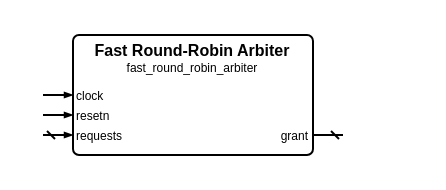
This is sources/arbiter/fast_round_robin_arbiter/fast_round_robin_arbiter.symbol.drawio from Louis-DR/OmniCores-BuildingBlocks, a draw.io file, before an edit. Source tidied: cells renumbered, new cells numbered last; positions are measured from the earlier drawing's top-left corner, leaving out a move shared by most shapes. Both pictures are drawn from the tidied source at 200%, with x=0, y=0 at pixel (42, 34).
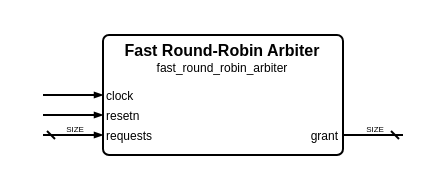
The same page after the edit.

Diff of the diagram source:
```diff
@@
 <mxGraphModel>
   <root>
     <mxCell id="0" />
     <mxCell id="1" parent="0" />
     <mxCell id="2" style="group;" parent="1" vertex="1">
-      <mxGeometry width="150" height="60" as="geometry" />
+      <mxGeometry width="180" height="60" as="geometry" />
     </mxCell>
     <mxCell id="3" style="rounded=1;arcSize=5;fillColor=none;strokeWidth=1;strokeColor=black;whiteSpace=wrap;html=1;" parent="2" vertex="1">
-      <mxGeometry x="15" width="120" height="60" as="geometry" />
+      <mxGeometry x="30" width="120" height="60" as="geometry" />
     </mxCell>
     <mxCell id="4" value="Fast Round-Robin Arbiter" style="text;html=1;align=center;verticalAlign=middle;whiteSpace=wrap;rounded=0;fontSize=8;fontStyle=1;fontColor=black;" parent="2" vertex="1">
-      <mxGeometry x="15" y="7" width="120" as="geometry" />
+      <mxGeometry x="30" y="7" width="120" as="geometry" />
     </mxCell>
     <mxCell id="5" value="fast_round_robin_arbiter" style="text;html=1;align=center;verticalAlign=middle;whiteSpace=wrap;rounded=0;fontSize=6;fontStyle=0;fontColor=black;" parent="2" vertex="1">
-      <mxGeometry x="15" y="16" width="120" as="geometry" />
+      <mxGeometry x="30" y="16" width="120" as="geometry" />
     </mxCell>
     <mxCell id="6" value="clock" style="text;html=1;align=left;verticalAlign=middle;whiteSpace=wrap;rounded=0;fontSize=6;fontStyle=0;fontColor=black;" parent="2" vertex="1">
-      <mxGeometry x="15" y="30" width="120" as="geometry" />
+      <mxGeometry x="30" y="30" width="120" as="geometry" />
     </mxCell>
     <mxCell id="7" style="html=1;rounded=1;strokeWidth=1;strokeColor=black;startFill=0;startSize=2;startArrow=none;endFill=1;endSize=2;endArrow=blockThin;sourcePerimeterSpacing=0;" parent="2" edge="1">
       <mxGeometry relative="1" as="geometry">
         <mxPoint y="30" as="sourcePoint" />
-        <mxPoint x="15" y="30" as="targetPoint" />
+        <mxPoint x="30" y="30" as="targetPoint" />
       </mxGeometry>
     </mxCell>
     <mxCell id="8" value="resetn" style="text;html=1;align=left;verticalAlign=middle;whiteSpace=wrap;rounded=0;fontSize=6;fontStyle=0;fontColor=black;" parent="2" vertex="1">
-      <mxGeometry x="15" y="40" width="120" as="geometry" />
+      <mxGeometry x="30" y="40" width="120" as="geometry" />
     </mxCell>
     <mxCell id="9" style="html=1;rounded=1;strokeWidth=1;strokeColor=black;startFill=0;startSize=2;startArrow=none;endFill=1;endSize=2;endArrow=blockThin;sourcePerimeterSpacing=0;" parent="2" edge="1">
       <mxGeometry relative="1" as="geometry">
         <mxPoint y="40" as="sourcePoint" />
-        <mxPoint x="15" y="40" as="targetPoint" />
+        <mxPoint x="30" y="40" as="targetPoint" />
       </mxGeometry>
     </mxCell>
     <mxCell id="10" value="requests" style="text;html=1;align=left;verticalAlign=middle;whiteSpace=wrap;rounded=0;fontSize=6;fontStyle=0;fontColor=black;" parent="2" vertex="1">
-      <mxGeometry x="15" y="50" width="120" as="geometry" />
+      <mxGeometry x="30" y="50" width="120" as="geometry" />
     </mxCell>
     <mxCell id="11" style="html=1;rounded=1;strokeWidth=1;strokeColor=black;startFill=0;startSize=2;startArrow=dash;endFill=1;endSize=2;endArrow=blockThin;sourcePerimeterSpacing=0;" parent="2" edge="1">
       <mxGeometry relative="1" as="geometry">
         <mxPoint y="50" as="sourcePoint" />
-        <mxPoint x="15" y="50" as="targetPoint" />
+        <mxPoint x="30" y="50" as="targetPoint" />
       </mxGeometry>
     </mxCell>
+    <mxCell id="14" value="SIZE" style="text;html=1;align=center;verticalAlign=middle;whiteSpace=nowrap;rounded=0;fontSize=4;fontStyle=0;fontColor=black;" parent="2" vertex="1">
+      <mxGeometry x="15" y="47" as="geometry" />
+    </mxCell>
     <mxCell id="12" value="grant" style="text;html=1;align=right;verticalAlign=middle;whiteSpace=wrap;rounded=0;fontSize=6;fontStyle=0;fontColor=black;" parent="2" vertex="1">
-      <mxGeometry x="15" y="50" width="120" as="geometry" />
+      <mxGeometry x="30" y="50" width="120" as="geometry" />
     </mxCell>
     <mxCell id="13" style="html=1;rounded=1;strokeWidth=1;strokeColor=black;startFill=0;startSize=2;startArrow=dash;endFill=1;endSize=2;endArrow=none;sourcePerimeterSpacing=0;" parent="2" edge="1">
       <mxGeometry relative="1" as="geometry">
-        <mxPoint x="150" y="50" as="sourcePoint" />
-        <mxPoint x="135" y="50" as="targetPoint" />
+        <mxPoint x="180" y="50" as="sourcePoint" />
+        <mxPoint x="150" y="50" as="targetPoint" />
       </mxGeometry>
     </mxCell>
+    <mxCell id="15" value="SIZE" style="text;html=1;align=center;verticalAlign=middle;whiteSpace=nowrap;rounded=0;fontSize=4;fontStyle=0;fontColor=black;" parent="2" vertex="1">
+      <mxGeometry x="165" y="47" as="geometry" />
+    </mxCell>
   </root>
 </mxGraphModel>
```
